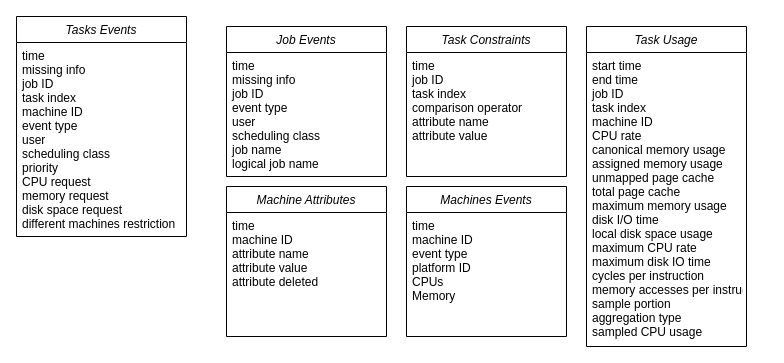
Above: class diagram large scale.drawio in djadar/Large-Scale-project (draw.io), before the change. Source tidied: cells renumbered, new cells numbered last; positions are measured from the earlier drawing's top-left corner, leaving out a move shared by most shapes. Both pictures are drawn from the tidied source at 100%, with x=0, y=0 at pixel (16, 16).
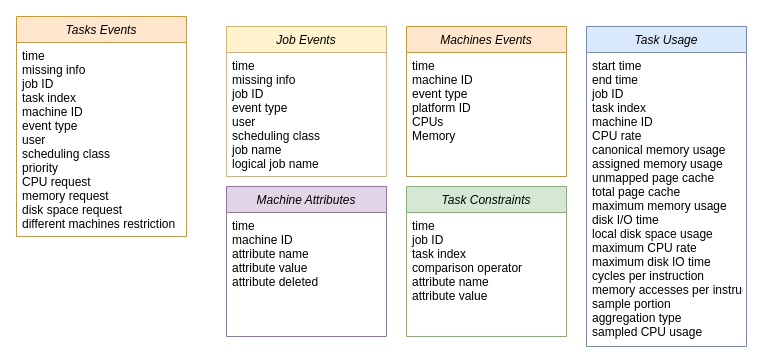
After the change.

The edit, as a diff of the source:
```diff
@@
 <mxGraphModel>
   <root>
     <mxCell id="0" />
     <mxCell id="1" parent="0" />
-    <mxCell id="2" value="Job Events" style="swimlane;fontStyle=2;align=center;verticalAlign=top;horizontal=1;startSize=26;rounded=0;shadow=0;strokeWidth=1;" parent="1" vertex="1">
+    <mxCell id="2" value="Job Events" style="swimlane;fontStyle=2;align=center;verticalAlign=top;horizontal=1;startSize=26;rounded=0;shadow=0;strokeWidth=1;fillColor=#fff2cc;strokeColor=#d6b656;" parent="1" vertex="1">
       <mxGeometry x="210" y="10" width="160" height="150" as="geometry" />
     </mxCell>
     <mxCell id="3" value="time&#10;missing info&#10;job ID&#10;event type&#10;user&#10;scheduling class&#10;job name&#10;logical job name&#10;" style="text;align=left;verticalAlign=top;spacingLeft=4;spacingRight=4;overflow=hidden;" parent="2" vertex="1">
       <mxGeometry y="26" width="160" height="124" as="geometry" />
     </mxCell>
-    <mxCell id="4" value="Tasks Events" style="swimlane;fontStyle=2;align=center;verticalAlign=top;horizontal=1;startSize=26;rounded=0;shadow=0;strokeWidth=1;" parent="1" vertex="1">
+    <mxCell id="4" value="Tasks Events" style="swimlane;fontStyle=2;align=center;verticalAlign=top;horizontal=1;startSize=26;rounded=0;shadow=0;strokeWidth=1;fillColor=#ffe6cc;strokeColor=#d79b00;" parent="1" vertex="1">
       <mxGeometry width="170" height="220" as="geometry" />
     </mxCell>
     <mxCell id="5" value="time&#10;missing info&#10;job ID&#10;task index&#10;machine ID&#10;event type&#10;user&#10;scheduling class&#10;priority&#10;CPU request&#10;memory request&#10;disk space request&#10;different machines restriction&#10;" style="text;align=left;verticalAlign=top;spacingLeft=4;spacingRight=4;overflow=hidden;" parent="4" vertex="1">
       <mxGeometry y="26" width="170" height="194" as="geometry" />
     </mxCell>
-    <mxCell id="6" value="Task Constraints" style="swimlane;fontStyle=2;align=center;verticalAlign=top;horizontal=1;startSize=26;rounded=0;shadow=0;strokeWidth=1;" parent="1" vertex="1">
-      <mxGeometry x="390" y="10" width="160" height="150" as="geometry" />
+    <mxCell id="6" value="Task Constraints" style="swimlane;fontStyle=2;align=center;verticalAlign=top;horizontal=1;startSize=26;rounded=0;shadow=0;strokeWidth=1;fillColor=#d5e8d4;strokeColor=#82b366;" parent="1" vertex="1">
+      <mxGeometry x="390" y="170" width="160" height="150" as="geometry" />
     </mxCell>
     <mxCell id="7" value="time&#10;job ID&#10;task index&#10;comparison operator&#10;attribute name&#10;attribute value&#10;" style="text;align=left;verticalAlign=top;spacingLeft=4;spacingRight=4;overflow=hidden;" parent="6" vertex="1">
       <mxGeometry y="26" width="160" height="124" as="geometry" />
     </mxCell>
-    <mxCell id="8" value="Machine Attributes" style="swimlane;fontStyle=2;align=center;verticalAlign=top;horizontal=1;startSize=26;rounded=0;shadow=0;strokeWidth=1;" parent="1" vertex="1">
+    <mxCell id="8" value="Machine Attributes" style="swimlane;fontStyle=2;align=center;verticalAlign=top;horizontal=1;startSize=26;rounded=0;shadow=0;strokeWidth=1;fillColor=#e1d5e7;strokeColor=#9673a6;" parent="1" vertex="1">
       <mxGeometry x="210" y="170" width="160" height="150" as="geometry" />
     </mxCell>
     <mxCell id="9" value="time&#10;machine ID&#10;attribute name&#10;attribute value&#10;attribute deleted&#10;" style="text;align=left;verticalAlign=top;spacingLeft=4;spacingRight=4;overflow=hidden;" parent="8" vertex="1">
       <mxGeometry y="26" width="160" height="124" as="geometry" />
     </mxCell>
-    <mxCell id="10" value="Task Usage" style="swimlane;fontStyle=2;align=center;verticalAlign=top;horizontal=1;startSize=26;rounded=0;shadow=0;strokeWidth=1;" parent="1" vertex="1">
+    <mxCell id="10" value="Task Usage" style="swimlane;fontStyle=2;align=center;verticalAlign=top;horizontal=1;startSize=26;rounded=0;shadow=0;strokeWidth=1;fillColor=#dae8fc;strokeColor=#6c8ebf;" parent="1" vertex="1">
       <mxGeometry x="570" y="10" width="160" height="320" as="geometry" />
     </mxCell>
     <mxCell id="11" value="start time&#10;end time&#10;job ID&#10;task index&#10;machine ID&#10;CPU rate&#10;canonical memory usage&#10;assigned memory usage&#10;unmapped page cache&#10;total page cache&#10;maximum memory usage&#10;disk I/O time&#10;local disk space usage&#10;maximum CPU rate&#10;maximum disk IO time&#10;cycles per instruction&#10;memory accesses per instruction&#10;sample portion&#10;aggregation type&#10;sampled CPU usage&#10;" style="text;align=left;verticalAlign=top;spacingLeft=4;spacingRight=4;overflow=hidden;" parent="10" vertex="1">
       <mxGeometry y="26" width="160" height="294" as="geometry" />
     </mxCell>
-    <mxCell id="12" value="Machines Events" style="swimlane;fontStyle=2;align=center;verticalAlign=top;horizontal=1;startSize=26;rounded=0;shadow=0;strokeWidth=1;" parent="1" vertex="1">
-      <mxGeometry x="390" y="170" width="160" height="150" as="geometry" />
+    <mxCell id="12" value="Machines Events" style="swimlane;fontStyle=2;align=center;verticalAlign=top;horizontal=1;startSize=26;rounded=0;shadow=0;strokeWidth=1;fillColor=#ffe6cc;strokeColor=#d79b00;" parent="1" vertex="1">
+      <mxGeometry x="390" y="10" width="160" height="150" as="geometry" />
     </mxCell>
     <mxCell id="13" value="time&#10;machine ID&#10;event type&#10;platform ID&#10;CPUs&#10;Memory&#10;" style="text;align=left;verticalAlign=top;spacingLeft=4;spacingRight=4;overflow=hidden;" parent="12" vertex="1">
       <mxGeometry y="26" width="160" height="124" as="geometry" />
     </mxCell>
   </root>
 </mxGraphModel>
```
